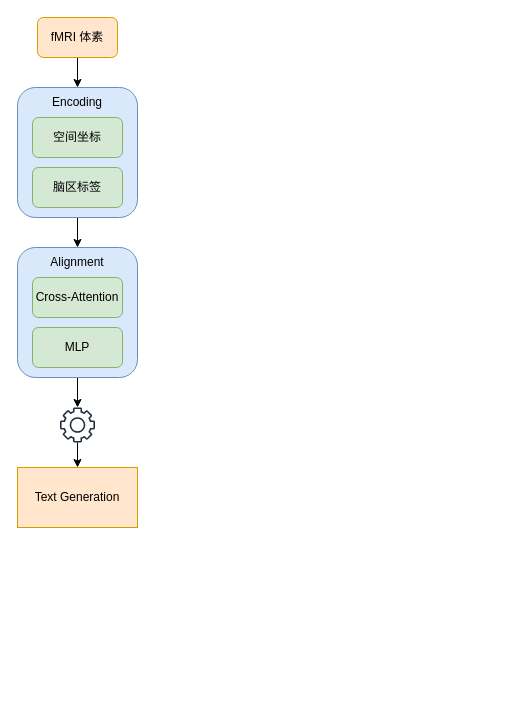
The draw.io diagram 0330大汇报.drawio in Loewen-Hob/Interview, before the edit. Source tidied: cells renumbered, new cells numbered last; positions are measured from the earlier drawing's top-left corner, leaving out a move shared by most shapes. Both pictures are drawn from the tidied source at 100%, with x=0, y=0 at pixel (17, 17).
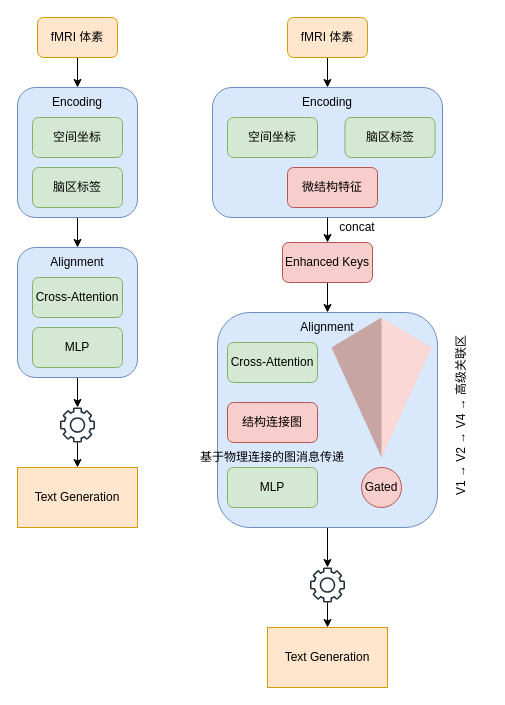
The same page after the edit.

Commit message (it also covers changes not shown here):
更新0330大汇报.drawio

Diff of the diagram source:
```diff
@@
+    <mxCell id="17" style="edgeStyle=orthogonalEdgeStyle;rounded=0;jettySize=auto;html=1;exitX=0.5;exitY=1;exitDx=0;exitDy=0;entryX=0.5;entryY=0;entryDx=0;entryDy=0;" parent="1" edge="1" source="18" target="20">
+      <mxGeometry relative="1" as="geometry" />
+    </mxCell>
+    <mxCell id="18" value="fMRI 体素" style="rounded=1;whiteSpace=wrap;html=1;fillColor=#ffe6cc;strokeColor=#d79b00;" parent="1" vertex="1">
+      <mxGeometry x="270" width="80" height="40" as="geometry" />
+    </mxCell>
+    <mxCell id="19" style="edgeStyle=orthogonalEdgeStyle;rounded=0;jettySize=auto;html=1;exitX=0.5;exitY=1;exitDx=0;exitDy=0;entryX=0.5;entryY=0;entryDx=0;entryDy=0;" parent="1" edge="1" source="35" target="26">
+      <mxGeometry relative="1" as="geometry" />
+    </mxCell>
+    <mxCell id="20" style="rounded=1;whiteSpace=wrap;html=1;fillColor=#dae8fc;strokeColor=#6c8ebf;" parent="1" vertex="1">
+      <mxGeometry x="195" y="70" width="230" height="130" as="geometry" />
+    </mxCell>
+    <mxCell id="21" value="空间坐标" style="rounded=1;whiteSpace=wrap;html=1;fillColor=#d5e8d4;strokeColor=#82b366;" parent="1" vertex="1">
+      <mxGeometry x="210" y="100" width="90" height="40" as="geometry" />
+    </mxCell>
+    <mxCell id="22" value="脑区标签" style="rounded=1;whiteSpace=wrap;html=1;fillColor=#d5e8d4;strokeColor=#82b366;" parent="1" vertex="1">
+      <mxGeometry x="327.5" y="100" width="90" height="40" as="geometry" />
+    </mxCell>
+    <mxCell id="23" value="Encoding" style="text;html=1;whiteSpace=wrap;strokeColor=none;fillColor=none;align=center;verticalAlign=middle;rounded=0;" parent="1" vertex="1">
+      <mxGeometry x="280" y="70" width="60" height="30" as="geometry" />
+    </mxCell>
+    <mxCell id="24" style="edgeStyle=orthogonalEdgeStyle;rounded=0;jettySize=auto;html=1;exitX=0.5;exitY=1;exitDx=0;exitDy=0;" parent="1" edge="1" source="25" target="29">
+      <mxGeometry relative="1" as="geometry" />
+    </mxCell>
+    <mxCell id="25" style="rounded=1;whiteSpace=wrap;html=1;fillColor=#dae8fc;strokeColor=#6c8ebf;" parent="1" vertex="1">
+      <mxGeometry x="200" y="295" width="220" height="215" as="geometry" />
+    </mxCell>
+    <mxCell id="26" value="Alignment" style="text;html=1;whiteSpace=wrap;strokeColor=none;fillColor=none;align=center;verticalAlign=middle;rounded=0;" parent="1" vertex="1">
+      <mxGeometry x="280" y="295" width="60" height="30" as="geometry" />
+    </mxCell>
+    <mxCell id="27" value="Cross-Attention" style="rounded=1;whiteSpace=wrap;html=1;fillColor=#d5e8d4;strokeColor=#82b366;" parent="1" vertex="1">
+      <mxGeometry x="210" y="325" width="90" height="40" as="geometry" />
+    </mxCell>
+    <mxCell id="28" value="MLP" style="rounded=1;whiteSpace=wrap;html=1;fillColor=#d5e8d4;strokeColor=#82b366;" parent="1" vertex="1">
+      <mxGeometry x="210" y="450" width="90" height="40" as="geometry" />
+    </mxCell>
+    <mxCell id="29" style="sketch=0;outlineConnect=0;fontColor=#232F3E;gradientColor=none;fillColor=#232F3D;strokeColor=none;dashed=0;verticalLabelPosition=bottom;verticalAlign=top;align=center;html=1;fontSize=12;fontStyle=0;shape=mxgraph.aws4.gear;" parent="1" vertex="1">
+      <mxGeometry x="292.5" y="550" width="35" height="35" as="geometry" />
+    </mxCell>
+    <mxCell id="30" value="Text Generation" style="rounded=0;whiteSpace=wrap;html=1;fillColor=#ffe6cc;strokeColor=#d79b00;" parent="1" vertex="1">
+      <mxGeometry x="250" y="610" width="120" height="60" as="geometry" />
+    </mxCell>
+    <mxCell id="31" style="edgeStyle=orthogonalEdgeStyle;rounded=0;jettySize=auto;html=1;entryX=0.5;entryY=0;entryDx=0;entryDy=0;" parent="1" edge="1" source="29" target="30">
+      <mxGeometry relative="1" as="geometry" />
+    </mxCell>
+    <mxCell id="32" value="微结构特征" style="rounded=1;whiteSpace=wrap;html=1;fillColor=#f8cecc;strokeColor=#b85450;" parent="1" vertex="1">
+      <mxGeometry x="270" y="150" width="90" height="40" as="geometry" />
+    </mxCell>
+    <mxCell id="33" value="concat" style="text;html=1;whiteSpace=wrap;strokeColor=none;fillColor=none;align=center;verticalAlign=middle;rounded=0;" parent="1" vertex="1">
+      <mxGeometry x="310" y="195" width="60" height="30" as="geometry" />
+    </mxCell>
+    <mxCell id="34" style="edgeStyle=orthogonalEdgeStyle;rounded=0;jettySize=auto;html=1;exitX=0.5;exitY=1;exitDx=0;exitDy=0;entryX=0.5;entryY=0;entryDx=0;entryDy=0;" parent="1" edge="1" source="20" target="35">
+      <mxGeometry relative="1" as="geometry" />
+    </mxCell>
+    <mxCell id="35" value="Enhanced Keys" style="rounded=1;whiteSpace=wrap;html=1;fillColor=#f8cecc;strokeColor=#b85450;" parent="1" vertex="1">
+      <mxGeometry x="265" y="225" width="90" height="40" as="geometry" />
+    </mxCell>
+    <mxCell id="36" value="结构连接图" style="rounded=1;whiteSpace=wrap;html=1;fillColor=#f8cecc;strokeColor=#b85450;" parent="1" vertex="1">
+      <mxGeometry x="210" y="385" width="90" height="40" as="geometry" />
+    </mxCell>
+    <mxCell id="37" value="基于物理连接的图消息传递" style="text;html=1;whiteSpace=wrap;strokeColor=none;fillColor=none;align=center;verticalAlign=middle;rounded=0;" parent="1" vertex="1">
+      <mxGeometry x="180" y="425" width="150" height="30" as="geometry" />
+    </mxCell>
+    <mxCell id="38" style="verticalLabelPosition=bottom;verticalAlign=top;html=1;shape=mxgraph.infographic.shadedPyramid;fillColor=#f8cecc;strokeColor=none;rotation=-180;" parent="1" vertex="1">
+      <mxGeometry x="314" y="300" width="100" height="140" as="geometry" />
+    </mxCell>
+    <mxCell id="39" value="V1 → V2 → V4 → 高级关联区" style="text;whiteSpace=wrap;html=1;rotation=-90;" parent="1" vertex="1">
+      <mxGeometry x="355" y="365" width="190" height="40" as="geometry" />
+    </mxCell>
+    <mxCell id="40" value="Gated" style="ellipse;whiteSpace=wrap;html=1;fillColor=#f8cecc;strokeColor=#b85450;" parent="1" vertex="1">
+      <mxGeometry x="344" y="450" width="40" height="40" as="geometry" />
+    </mxCell>
```
